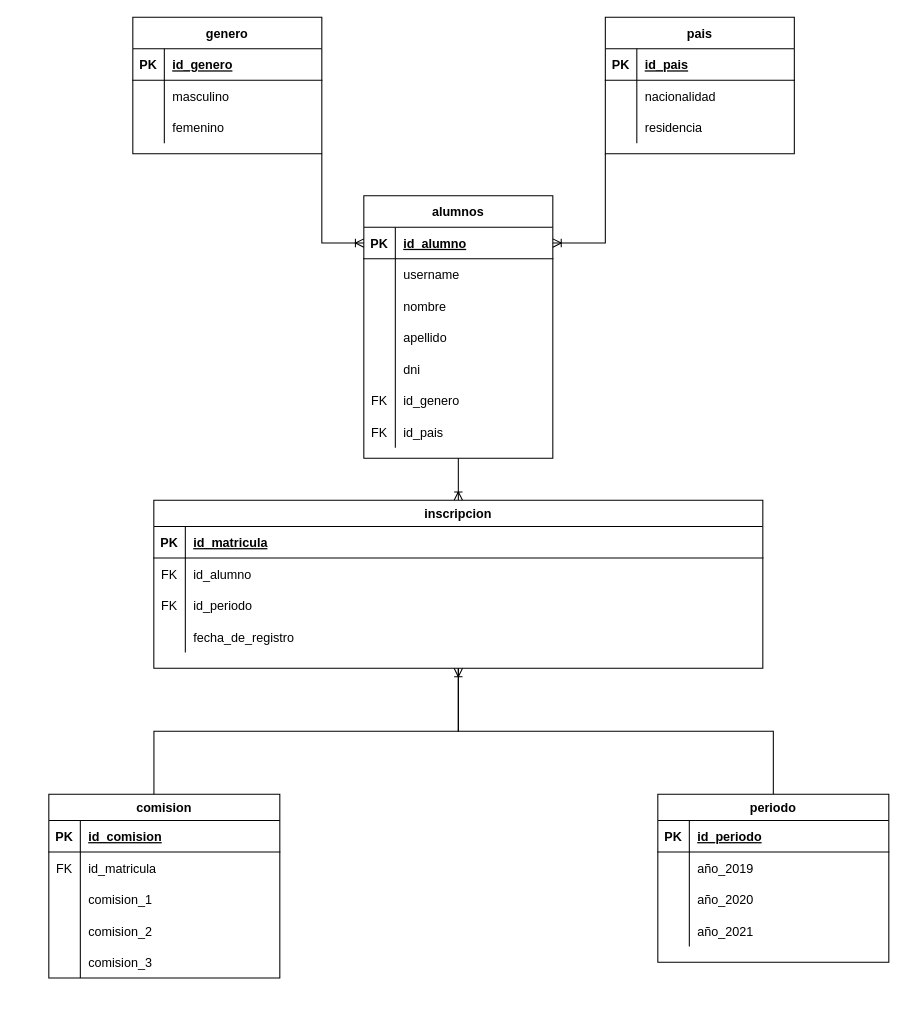
Before: Diagrama-04.drawio in arcv1337/arcv1337, a draw.io diagram. Source tidied: cells renumbered, new cells numbered last; positions are measured from the earlier drawing's top-left corner, leaving out a move shared by most shapes. Both pictures are drawn from the tidied source at 105%, with x=0, y=0 at pixel (48, 17).
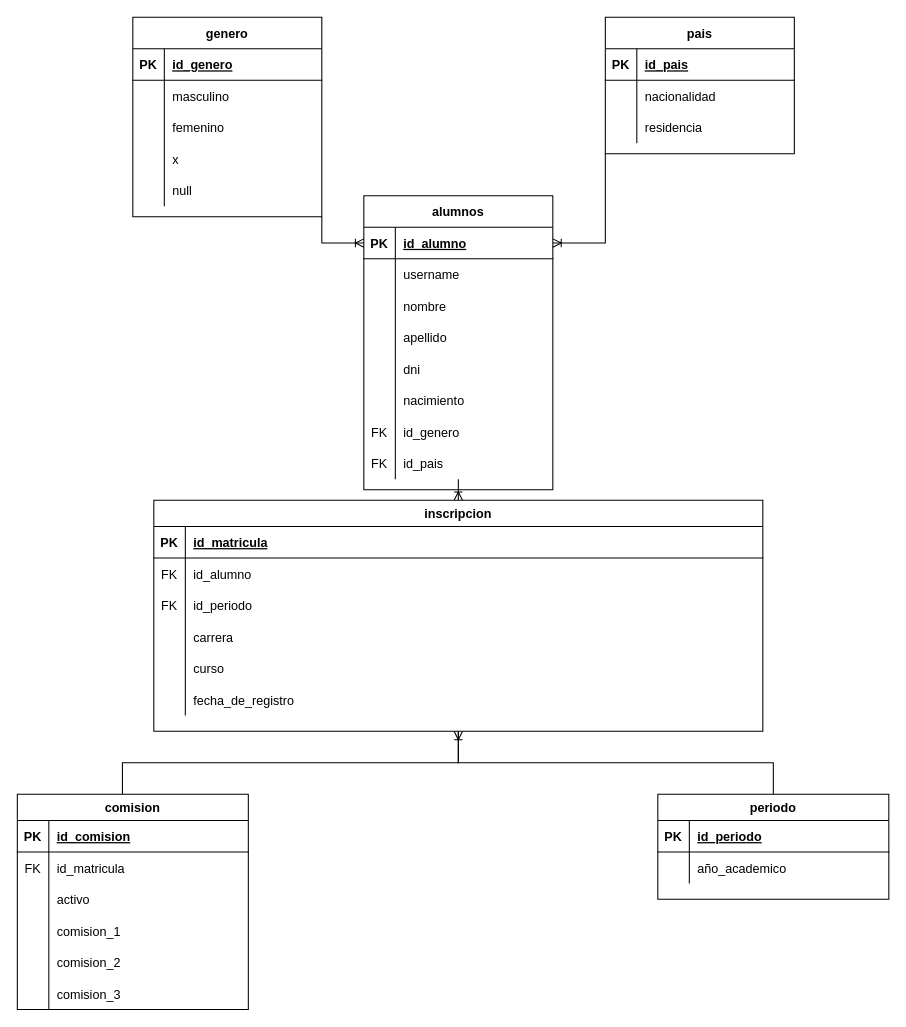
The same diagram, later.

Unchanged cells that the change refers to:
```xml
<mxCell id="82" style="shape=tableRow;horizontal=0;startSize=0;swimlaneHead=0;swimlaneBody=0;fillColor=none;top=0;left=0;right=0;bottom=0;" parent="75" vertex="1">
  <mxGeometry y="85" width="220" height="30" as="geometry" />
</mxCell>
<mxCell id="85" style="shape=tableRow;horizontal=0;startSize=0;swimlaneHead=0;swimlaneBody=0;fillColor=none;top=0;left=0;right=0;bottom=0;" parent="75" vertex="1">
  <mxGeometry y="115" width="220" height="30" as="geometry" />
</mxCell>
```

What changed in the source:
```diff
@@
     <mxCell id="3" value="alumnos" style="shape=table;startSize=30;childLayout=tableLayout;rowLines=0;fontStyle=1;align=center;" parent="1" vertex="1">
-      <mxGeometry x="300" y="170" width="180" height="250" as="geometry" />
+      <mxGeometry x="300" y="170" width="180" height="280" as="geometry" />
     </mxCell>
@@
+    <mxCell id="91" style="shape=tableRow;horizontal=0;startSize=0;swimlaneHead=0;swimlaneBody=0;fillColor=none;top=0;left=0;right=0;bottom=0;" parent="3" vertex="1">
+      <mxGeometry y="180" width="180" height="30" as="geometry" />
+    </mxCell>
+    <mxCell id="92" style="shape=partialRectangle;fillColor=none;top=0;left=0;bottom=0;right=0;overflow=hidden;" parent="91" vertex="1">
+      <mxGeometry width="30" height="30" as="geometry" />
+    </mxCell>
+    <mxCell id="93" value="nacimiento" style="shape=partialRectangle;fillColor=none;top=0;left=0;bottom=0;right=0;align=left;spacingLeft=6;overflow=hidden;" parent="91" vertex="1">
+      <mxGeometry x="30" width="150" height="30" as="geometry" />
+    </mxCell>
     <mxCell id="19" style="shape=tableRow;horizontal=0;startSize=0;swimlaneHead=0;swimlaneBody=0;fillColor=none;top=0;left=0;right=0;bottom=0;" parent="3" vertex="1">
-      <mxGeometry y="180" width="180" height="30" as="geometry" />
+      <mxGeometry y="210" width="180" height="30" as="geometry" />
     </mxCell>
@@
     <mxCell id="22" style="shape=tableRow;horizontal=0;startSize=0;swimlaneHead=0;swimlaneBody=0;fillColor=none;top=0;left=0;right=0;bottom=0;" parent="3" vertex="1">
-      <mxGeometry y="210" width="180" height="30" as="geometry" />
+      <mxGeometry y="240" width="180" height="30" as="geometry" />
     </mxCell>
@@
     <mxCell id="26" value="genero" style="shape=table;startSize=30;childLayout=tableLayout;rowLines=0;fontStyle=1;align=center;" parent="1" vertex="1">
-      <mxGeometry x="80" width="180" height="130" as="geometry" />
+      <mxGeometry x="80" width="180" height="190" as="geometry" />
     </mxCell>
@@
+    <mxCell id="94" style="shape=tableRow;horizontal=0;startSize=0;swimlaneHead=0;swimlaneBody=0;fillColor=none;top=0;left=0;right=0;bottom=0;" parent="26" vertex="1">
+      <mxGeometry y="120" width="180" height="30" as="geometry" />
+    </mxCell>
+    <mxCell id="95" style="shape=partialRectangle;fillColor=none;top=0;left=0;bottom=0;right=0;overflow=hidden;" parent="94" vertex="1">
+      <mxGeometry width="30" height="30" as="geometry" />
+    </mxCell>
+    <mxCell id="96" value="x" style="shape=partialRectangle;fillColor=none;top=0;left=0;bottom=0;right=0;align=left;spacingLeft=6;overflow=hidden;" parent="94" vertex="1">
+      <mxGeometry x="30" width="150" height="30" as="geometry" />
+    </mxCell>
+    <mxCell id="97" style="shape=tableRow;horizontal=0;startSize=0;swimlaneHead=0;swimlaneBody=0;fillColor=none;top=0;left=0;right=0;bottom=0;" parent="26" vertex="1">
+      <mxGeometry y="150" width="180" height="30" as="geometry" />
+    </mxCell>
+    <mxCell id="98" style="shape=partialRectangle;fillColor=none;top=0;left=0;bottom=0;right=0;overflow=hidden;" parent="97" vertex="1">
+      <mxGeometry width="30" height="30" as="geometry" />
+    </mxCell>
+    <mxCell id="99" value="null" style="shape=partialRectangle;fillColor=none;top=0;left=0;bottom=0;right=0;align=left;spacingLeft=6;overflow=hidden;" parent="97" vertex="1">
+      <mxGeometry x="30" width="150" height="30" as="geometry" />
+    </mxCell>
@@
     <mxCell id="49" value="inscripcion" style="shape=table;startSize=25;childLayout=tableLayout;rowLines=0;fontStyle=1;align=center;" parent="1" vertex="1">
-      <mxGeometry x="100" y="460" width="580" height="160" as="geometry" />
+      <mxGeometry x="100" y="460" width="580" height="220" as="geometry" />
     </mxCell>
@@
+    <mxCell id="100" style="shape=tableRow;horizontal=0;startSize=0;swimlaneHead=0;swimlaneBody=0;fillColor=none;top=0;left=0;right=0;bottom=0;" parent="49" vertex="1">
+      <mxGeometry y="115" width="580" height="30" as="geometry" />
+    </mxCell>
+    <mxCell id="101" style="shape=partialRectangle;fillColor=none;top=0;left=0;bottom=0;right=0;overflow=hidden;" parent="100" vertex="1">
+      <mxGeometry width="30" height="30" as="geometry" />
+    </mxCell>
+    <mxCell id="102" value="carrera" style="shape=partialRectangle;fillColor=none;top=0;left=0;bottom=0;right=0;align=left;spacingLeft=6;overflow=hidden;" parent="100" vertex="1">
+      <mxGeometry x="30" width="550" height="30" as="geometry" />
+    </mxCell>
+    <mxCell id="103" style="shape=tableRow;horizontal=0;startSize=0;swimlaneHead=0;swimlaneBody=0;fillColor=none;top=0;left=0;right=0;bottom=0;" parent="49" vertex="1">
+      <mxGeometry y="145" width="580" height="30" as="geometry" />
+    </mxCell>
+    <mxCell id="104" style="shape=partialRectangle;fillColor=none;top=0;left=0;bottom=0;right=0;overflow=hidden;" parent="103" vertex="1">
+      <mxGeometry width="30" height="30" as="geometry" />
+    </mxCell>
+    <mxCell id="105" value="curso" style="shape=partialRectangle;fillColor=none;top=0;left=0;bottom=0;right=0;align=left;spacingLeft=6;overflow=hidden;" parent="103" vertex="1">
+      <mxGeometry x="30" width="550" height="30" as="geometry" />
+    </mxCell>
     <mxCell id="59" style="shape=tableRow;horizontal=0;startSize=0;swimlaneHead=0;swimlaneBody=0;fillColor=none;top=0;left=0;right=0;bottom=0;" parent="49" vertex="1">
-      <mxGeometry y="115" width="580" height="30" as="geometry" />
+      <mxGeometry y="175" width="580" height="30" as="geometry" />
     </mxCell>
@@
     <mxCell id="62" value="periodo" style="shape=table;startSize=25;childLayout=tableLayout;rowLines=0;fontStyle=1;align=center;" parent="1" vertex="1">
-      <mxGeometry x="580" y="740" width="220" height="160" as="geometry" />
+      <mxGeometry x="580" y="740" width="220" height="100" as="geometry" />
     </mxCell>
@@
-    <mxCell id="66" style="shape=tableRow;horizontal=0;startSize=0;swimlaneHead=0;swimlaneBody=0;fillColor=none;top=0;left=0;right=0;bottom=0;" parent="62" vertex="1">
-      <mxGeometry y="55" width="220" height="30" as="geometry" />
-    </mxCell>
-    <mxCell id="67" style="shape=partialRectangle;fillColor=none;top=0;left=0;bottom=0;right=0;overflow=hidden;" parent="66" vertex="1">
-      <mxGeometry width="30" height="30" as="geometry" />
-    </mxCell>
-    <mxCell id="68" value="año_2019" style="shape=partialRectangle;fillColor=none;top=0;left=0;bottom=0;right=0;align=left;spacingLeft=6;overflow=hidden;" parent="66" vertex="1">
-      <mxGeometry x="30" width="190" height="30" as="geometry" />
-    </mxCell>
-    <mxCell id="69" style="shape=tableRow;horizontal=0;startSize=0;swimlaneHead=0;swimlaneBody=0;fillColor=none;top=0;left=0;right=0;bottom=0;" parent="62" vertex="1">
-      <mxGeometry y="85" width="220" height="30" as="geometry" />
-    </mxCell>
-    <mxCell id="70" style="shape=partialRectangle;fillColor=none;top=0;left=0;bottom=0;right=0;overflow=hidden;" parent="69" vertex="1">
-      <mxGeometry width="30" height="30" as="geometry" />
-    </mxCell>
-    <mxCell id="71" value="año_2020" style="shape=partialRectangle;fillColor=none;top=0;left=0;bottom=0;right=0;align=left;spacingLeft=6;overflow=hidden;" parent="69" vertex="1">
-      <mxGeometry x="30" width="190" height="30" as="geometry" />
-    </mxCell>
     <mxCell id="72" style="shape=tableRow;horizontal=0;startSize=0;swimlaneHead=0;swimlaneBody=0;fillColor=none;top=0;left=0;right=0;bottom=0;" parent="62" vertex="1">
-      <mxGeometry y="115" width="220" height="30" as="geometry" />
+      <mxGeometry y="55" width="220" height="30" as="geometry" />
     </mxCell>
@@
-    <mxCell id="74" value="año_2021" style="shape=partialRectangle;fillColor=none;top=0;left=0;bottom=0;right=0;align=left;spacingLeft=6;overflow=hidden;" parent="72" vertex="1">
+    <mxCell id="74" value="año_academico" style="shape=partialRectangle;fillColor=none;top=0;left=0;bottom=0;right=0;align=left;spacingLeft=6;overflow=hidden;" parent="72" vertex="1">
       <mxGeometry x="30" width="190" height="30" as="geometry" />
     </mxCell>
     <mxCell id="75" value="comision" style="shape=table;startSize=25;childLayout=tableLayout;rowLines=0;fontStyle=1;align=center;" parent="1" vertex="1">
-      <mxGeometry y="740" width="220" height="175" as="geometry" />
+      <mxGeometry x="-30" y="740" width="220" height="205" as="geometry" />
     </mxCell>
@@
-    <mxCell id="84" value="comision_1" style="shape=partialRectangle;fillColor=none;top=0;left=0;bottom=0;right=0;align=left;spacingLeft=6;overflow=hidden;" parent="82" vertex="1">
+    <mxCell id="84" value="activo" style="shape=partialRectangle;fillColor=none;top=0;left=0;bottom=0;right=0;align=left;spacingLeft=6;overflow=hidden;" parent="82" vertex="1">
       <mxGeometry x="30" width="190" height="30" as="geometry" />
     </mxCell>
@@
-    <mxCell id="87" value="comision_2" style="shape=partialRectangle;fillColor=none;top=0;left=0;bottom=0;right=0;align=left;spacingLeft=6;overflow=hidden;" parent="85" vertex="1">
+    <mxCell id="87" value="comision_1" style="shape=partialRectangle;fillColor=none;top=0;left=0;bottom=0;right=0;align=left;spacingLeft=6;overflow=hidden;" parent="85" vertex="1">
       <mxGeometry x="30" width="190" height="30" as="geometry" />
     </mxCell>
+    <mxCell id="106" style="shape=tableRow;horizontal=0;startSize=0;swimlaneHead=0;swimlaneBody=0;fillColor=none;top=0;left=0;right=0;bottom=0;" parent="75" vertex="1">
+      <mxGeometry y="145" width="220" height="30" as="geometry" />
+    </mxCell>
+    <mxCell id="107" style="shape=partialRectangle;fillColor=none;top=0;left=0;bottom=0;right=0;overflow=hidden;" parent="106" vertex="1">
+      <mxGeometry width="30" height="30" as="geometry" />
+    </mxCell>
+    <mxCell id="108" value="comision_2" style="shape=partialRectangle;fillColor=none;top=0;left=0;bottom=0;right=0;align=left;spacingLeft=6;overflow=hidden;" parent="106" vertex="1">
+      <mxGeometry x="30" width="190" height="30" as="geometry" />
+    </mxCell>
     <mxCell id="88" style="shape=tableRow;horizontal=0;startSize=0;swimlaneHead=0;swimlaneBody=0;fillColor=none;top=0;left=0;right=0;bottom=0;" parent="75" vertex="1">
-      <mxGeometry y="145" width="220" height="30" as="geometry" />
+      <mxGeometry y="175" width="220" height="30" as="geometry" />
     </mxCell>
```
